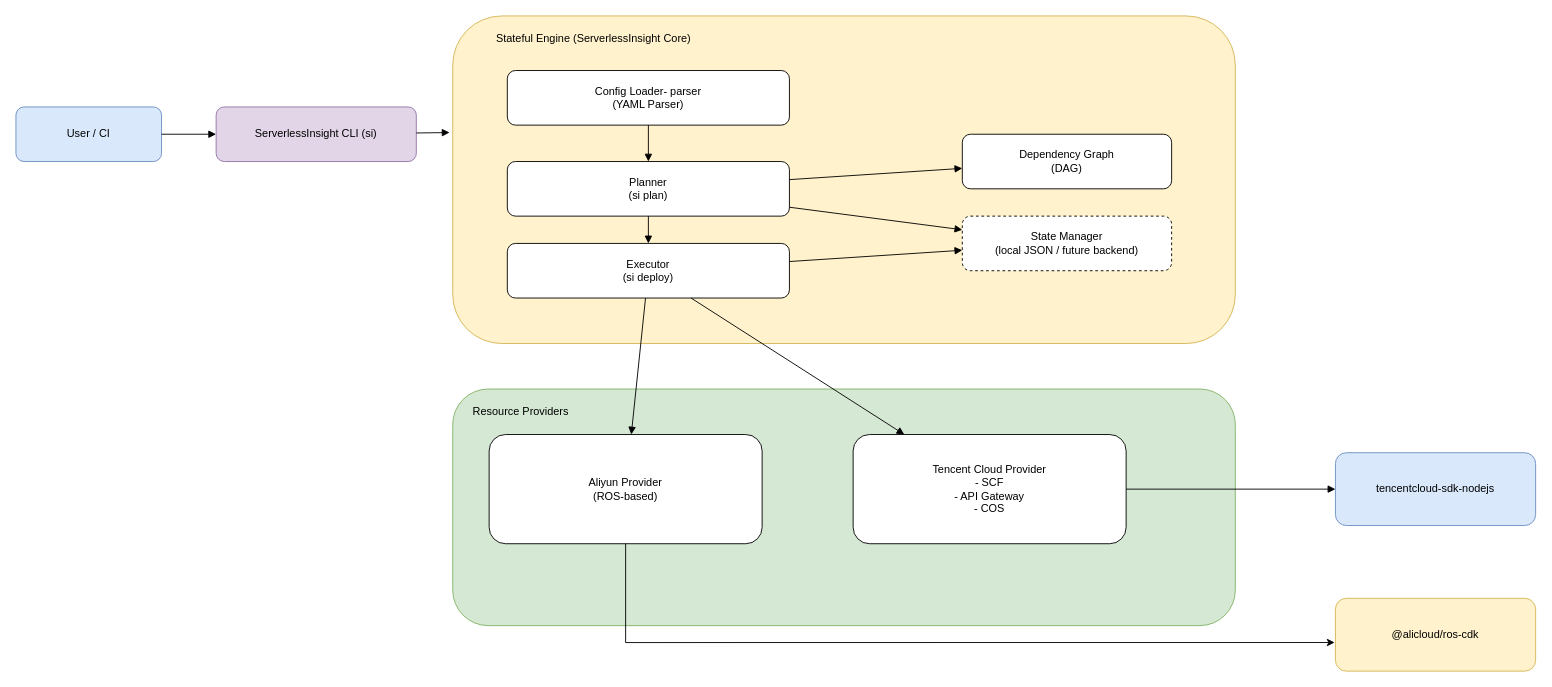
This is docs/si-stateful-engine.drawio from geek-fun/serverlessinsight, a draw.io file, before an edit. Source tidied: cells renumbered, new cells numbered last; positions are measured from the earlier drawing's top-left corner, leaving out a move shared by most shapes. Both pictures are drawn from the tidied source at 91%, with x=0, y=0 at pixel (15, 15).
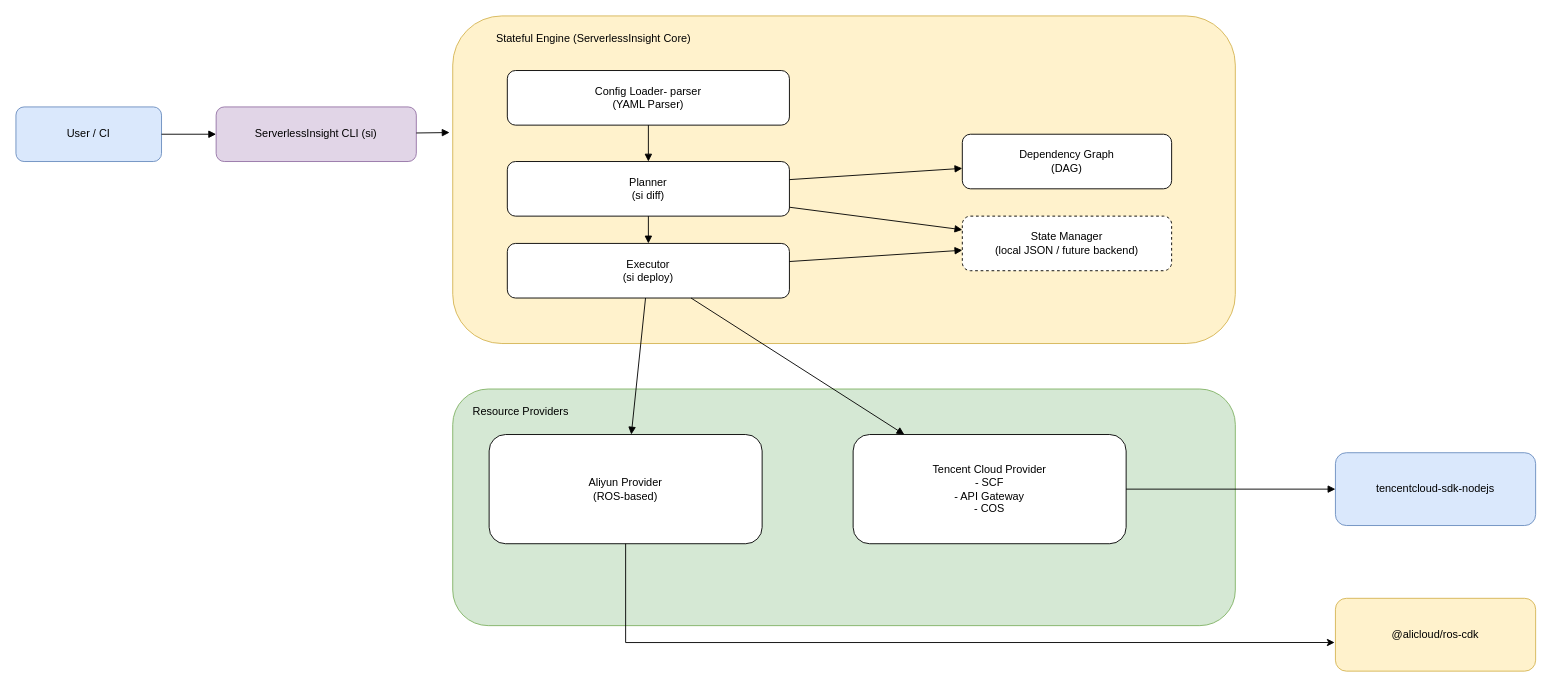
The same diagram, later.

The change refers to these unchanged cells:
```xml
<mxCell id="4" style="rounded=1;whiteSpace=wrap;fillColor=#fff2cc;strokeColor=#d6b656;" parent="1" vertex="1">
  <mxGeometry x="480" width="860" height="360" as="geometry" />
</mxCell>
```

Change to the diagram source:
```diff
@@
-    <mxCell id="6" value="Planner&#10;(si plan)" style="rounded=1;whiteSpace=wrap;fillColor=#ffffff;" parent="4" vertex="1">
+    <mxCell id="6" value="Planner&#10;(si diff)" style="rounded=1;whiteSpace=wrap;fillColor=#ffffff;" parent="4" vertex="1">
       <mxGeometry x="60" y="160" width="310" height="60" as="geometry" />
     </mxCell>
```
